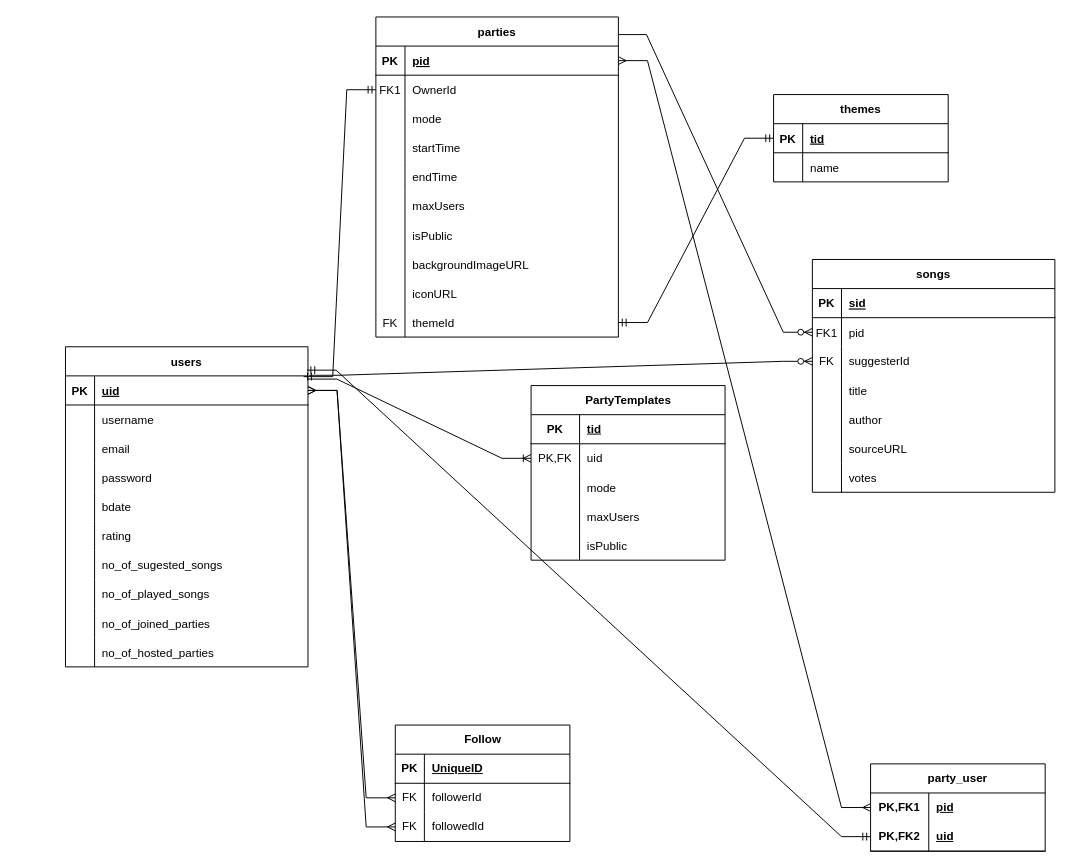
The draw.io diagram docs/PMA_database.drawio in DavidUKr/PartyMusicApp, before the edit. Source tidied: cells renumbered, new cells numbered last; positions are measured from the earlier drawing's top-left corner, leaving out a move shared by most shapes. Both pictures are drawn from the tidied source at 97%, with x=0, y=0 at pixel (65, 16).
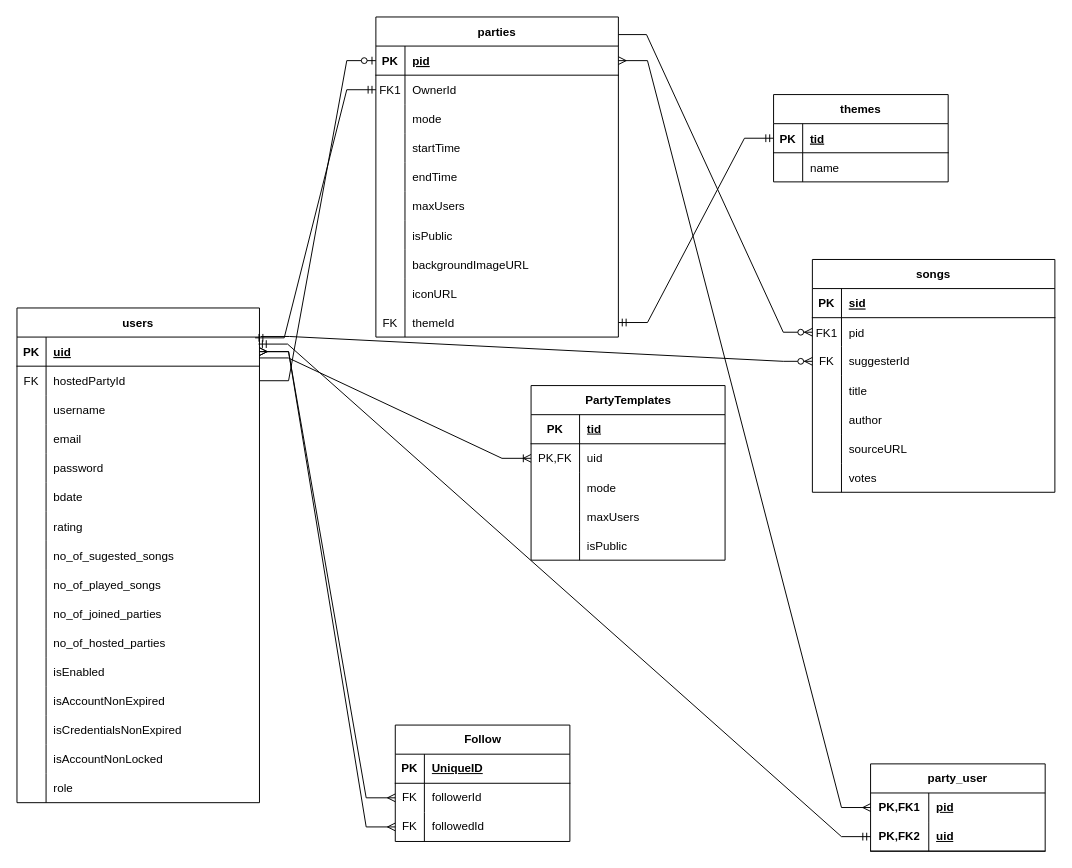
The same page after the edit.

Commit message (it also covers changes not shown here):
added security, role and hostedParty column to User

Unchanged cells that the change refers to:
```xml
<mxCell id="93" style="shape=partialRectangle;fillColor=none;points=[[0,0.5],[1,0.5]];portConstraint=eastwest;top=0;left=0;right=0;bottom=1;" parent="92" vertex="1">
  <mxGeometry y="30" width="250" height="30" as="geometry" />
</mxCell>
```

The edit, as a diff of the source:
```diff
@@
     <mxCell id="24" value="users" style="shape=table;startSize=30;childLayout=tableLayout;rowLines=0;fontStyle=1;align=center;" parent="1" vertex="1">
-      <mxGeometry y="340" width="250" height="330" as="geometry" />
+      <mxGeometry x="-50" y="300" width="250" height="510" as="geometry" />
     </mxCell>
@@
+    <mxCell id="135" style="shape=tableRow;horizontal=0;startSize=0;swimlaneHead=0;swimlaneBody=0;fillColor=none;points=[[0,0.5],[1,0.5]];portConstraint=eastwest;top=0;left=0;right=0;bottom=0;" parent="24" vertex="1">
+      <mxGeometry y="60" width="250" height="30" as="geometry" />
+    </mxCell>
+    <mxCell id="136" value="FK" style="shape=partialRectangle;fillColor=none;top=0;left=0;bottom=0;right=0;fontStyle=0;overflow=hidden;" parent="135" vertex="1">
+      <mxGeometry width="30" height="30" as="geometry" />
+    </mxCell>
+    <mxCell id="137" value="hostedPartyId" style="shape=partialRectangle;fillColor=none;top=0;left=0;bottom=0;right=0;align=left;spacingLeft=6;fontStyle=0;overflow=hidden;" parent="135" vertex="1">
+      <mxGeometry x="30" width="220" height="30" as="geometry" />
+    </mxCell>
     <mxCell id="28" style="shape=partialRectangle;fillColor=none;top=0;left=0;right=0;bottom=0;" parent="24" vertex="1">
-      <mxGeometry y="60" width="250" height="30" as="geometry" />
+      <mxGeometry y="90" width="250" height="30" as="geometry" />
     </mxCell>
@@
     <mxCell id="31" style="shape=tableRow;horizontal=0;startSize=0;swimlaneHead=0;swimlaneBody=0;fillColor=none;top=0;left=0;right=0;bottom=0;" parent="24" vertex="1">
-      <mxGeometry y="90" width="250" height="30" as="geometry" />
+      <mxGeometry y="120" width="250" height="30" as="geometry" />
     </mxCell>
@@
     <mxCell id="34" style="shape=tableRow;horizontal=0;startSize=0;swimlaneHead=0;swimlaneBody=0;fillColor=none;top=0;left=0;right=0;bottom=0;" parent="24" vertex="1">
-      <mxGeometry y="120" width="250" height="30" as="geometry" />
+      <mxGeometry y="150" width="250" height="30" as="geometry" />
     </mxCell>
@@
     <mxCell id="37" style="shape=tableRow;horizontal=0;startSize=0;swimlaneHead=0;swimlaneBody=0;fillColor=none;top=0;left=0;right=0;bottom=0;" parent="24" vertex="1">
-      <mxGeometry y="150" width="250" height="30" as="geometry" />
+      <mxGeometry y="180" width="250" height="30" as="geometry" />
     </mxCell>
@@
     <mxCell id="40" style="shape=tableRow;horizontal=0;startSize=0;swimlaneHead=0;swimlaneBody=0;fillColor=none;top=0;left=0;right=0;bottom=0;" parent="24" vertex="1">
-      <mxGeometry y="180" width="250" height="30" as="geometry" />
+      <mxGeometry y="210" width="250" height="30" as="geometry" />
     </mxCell>
@@
     <mxCell id="43" style="shape=tableRow;horizontal=0;startSize=0;swimlaneHead=0;swimlaneBody=0;fillColor=none;top=0;left=0;right=0;bottom=0;" parent="24" vertex="1">
-      <mxGeometry y="210" width="250" height="30" as="geometry" />
+      <mxGeometry y="240" width="250" height="30" as="geometry" />
     </mxCell>
@@
     <mxCell id="46" style="shape=tableRow;horizontal=0;startSize=0;swimlaneHead=0;swimlaneBody=0;fillColor=none;top=0;left=0;right=0;bottom=0;" parent="24" vertex="1">
-      <mxGeometry y="240" width="250" height="30" as="geometry" />
+      <mxGeometry y="270" width="250" height="30" as="geometry" />
     </mxCell>
@@
     <mxCell id="49" style="shape=tableRow;horizontal=0;startSize=0;swimlaneHead=0;swimlaneBody=0;fillColor=none;top=0;left=0;right=0;bottom=0;" parent="24" vertex="1">
-      <mxGeometry y="270" width="250" height="30" as="geometry" />
+      <mxGeometry y="300" width="250" height="30" as="geometry" />
     </mxCell>
@@
     <mxCell id="52" style="shape=tableRow;horizontal=0;startSize=0;swimlaneHead=0;swimlaneBody=0;fillColor=none;top=0;left=0;right=0;bottom=0;" parent="24" vertex="1">
-      <mxGeometry y="300" width="250" height="30" as="geometry" />
+      <mxGeometry y="330" width="250" height="30" as="geometry" />
     </mxCell>
@@
+    <mxCell id="138" style="shape=tableRow;horizontal=0;startSize=0;swimlaneHead=0;swimlaneBody=0;fillColor=none;top=0;left=0;right=0;bottom=0;" parent="24" vertex="1">
+      <mxGeometry y="360" width="250" height="30" as="geometry" />
+    </mxCell>
+    <mxCell id="139" style="shape=partialRectangle;fillColor=none;top=0;left=0;bottom=0;right=0;overflow=hidden;" parent="138" vertex="1">
+      <mxGeometry width="30" height="30" as="geometry" />
+    </mxCell>
+    <mxCell id="140" value="isEnabled" style="shape=partialRectangle;fillColor=none;top=0;left=0;bottom=0;right=0;align=left;spacingLeft=6;overflow=hidden;" parent="138" vertex="1">
+      <mxGeometry x="30" width="220" height="30" as="geometry" />
+    </mxCell>
+    <mxCell id="141" style="shape=tableRow;horizontal=0;startSize=0;swimlaneHead=0;swimlaneBody=0;fillColor=none;top=0;left=0;right=0;bottom=0;" parent="24" vertex="1">
+      <mxGeometry y="390" width="250" height="30" as="geometry" />
+    </mxCell>
+    <mxCell id="142" style="shape=partialRectangle;fillColor=none;top=0;left=0;bottom=0;right=0;overflow=hidden;" parent="141" vertex="1">
+      <mxGeometry width="30" height="30" as="geometry" />
+    </mxCell>
+    <mxCell id="143" value="isAccountNonExpired" style="shape=partialRectangle;fillColor=none;top=0;left=0;bottom=0;right=0;align=left;spacingLeft=6;overflow=hidden;" parent="141" vertex="1">
+      <mxGeometry x="30" width="220" height="30" as="geometry" />
+    </mxCell>
+    <mxCell id="144" style="shape=tableRow;horizontal=0;startSize=0;swimlaneHead=0;swimlaneBody=0;fillColor=none;top=0;left=0;right=0;bottom=0;" parent="24" vertex="1">
+      <mxGeometry y="420" width="250" height="30" as="geometry" />
+    </mxCell>
+    <mxCell id="145" style="shape=partialRectangle;fillColor=none;top=0;left=0;bottom=0;right=0;overflow=hidden;" parent="144" vertex="1">
+      <mxGeometry width="30" height="30" as="geometry" />
+    </mxCell>
+    <mxCell id="146" value="isCredentialsNonExpired" style="shape=partialRectangle;fillColor=none;top=0;left=0;bottom=0;right=0;align=left;spacingLeft=6;overflow=hidden;" parent="144" vertex="1">
+      <mxGeometry x="30" width="220" height="30" as="geometry" />
+    </mxCell>
+    <mxCell id="147" style="shape=tableRow;horizontal=0;startSize=0;swimlaneHead=0;swimlaneBody=0;fillColor=none;top=0;left=0;right=0;bottom=0;" parent="24" vertex="1">
+      <mxGeometry y="450" width="250" height="30" as="geometry" />
+    </mxCell>
+    <mxCell id="148" style="shape=partialRectangle;fillColor=none;top=0;left=0;bottom=0;right=0;overflow=hidden;" parent="147" vertex="1">
+      <mxGeometry width="30" height="30" as="geometry" />
+    </mxCell>
+    <mxCell id="149" value="isAccountNonLocked" style="shape=partialRectangle;fillColor=none;top=0;left=0;bottom=0;right=0;align=left;spacingLeft=6;overflow=hidden;" parent="147" vertex="1">
+      <mxGeometry x="30" width="220" height="30" as="geometry" />
+    </mxCell>
+    <mxCell id="150" style="shape=tableRow;horizontal=0;startSize=0;swimlaneHead=0;swimlaneBody=0;fillColor=none;top=0;left=0;right=0;bottom=0;" parent="24" vertex="1">
+      <mxGeometry y="480" width="250" height="30" as="geometry" />
+    </mxCell>
+    <mxCell id="151" style="shape=partialRectangle;fillColor=none;top=0;left=0;bottom=0;right=0;overflow=hidden;" parent="150" vertex="1">
+      <mxGeometry width="30" height="30" as="geometry" />
+    </mxCell>
+    <mxCell id="152" value="role" style="shape=partialRectangle;fillColor=none;top=0;left=0;bottom=0;right=0;align=left;spacingLeft=6;overflow=hidden;" parent="150" vertex="1">
+      <mxGeometry x="30" width="220" height="30" as="geometry" />
+    </mxCell>
@@
+    <mxCell id="153" style="edgeStyle=entityRelationEdgeStyle;fontSize=12;html=1;endArrow=ERzeroToOne;endFill=1;rounded=0;entryX=0;entryY=0.5;entryDx=0;entryDy=0;exitX=1;exitY=0.5;exitDx=0;exitDy=0;" parent="1" edge="1" source="135" target="93">
+      <mxGeometry relative="1" as="geometry" />
+    </mxCell>
```
